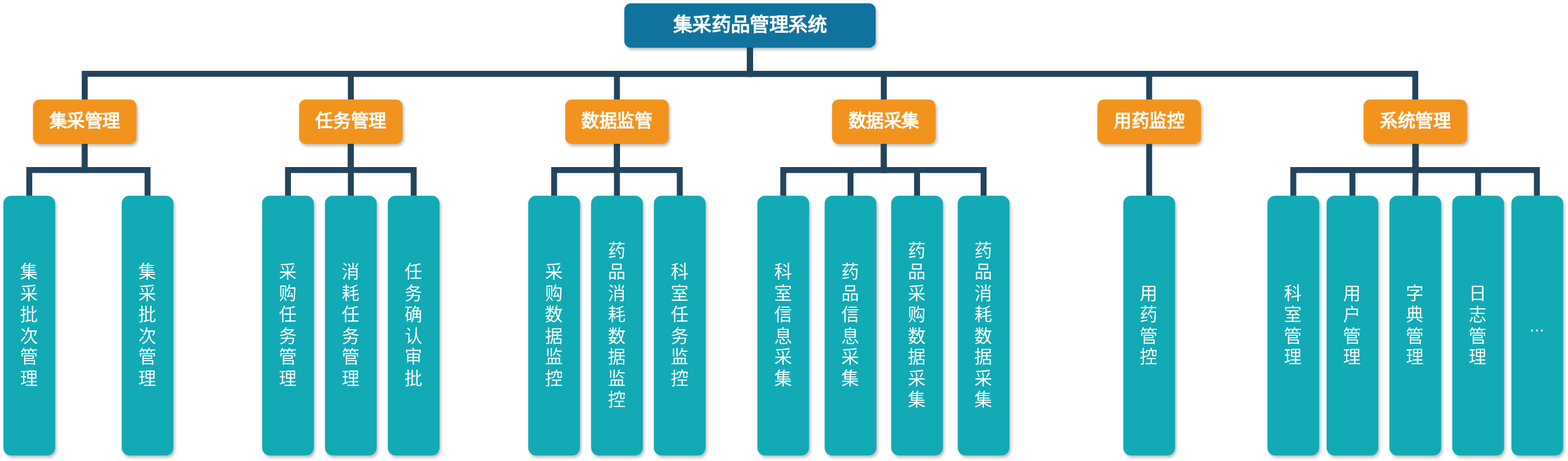
Above: 未命名绘图.drawio.svg in young2hao/test (draw.io), before the change. Source tidied: cells renumbered, new cells last; positions are measured from the earlier drawing's top-left corner, leaving out a move shared by most shapes.
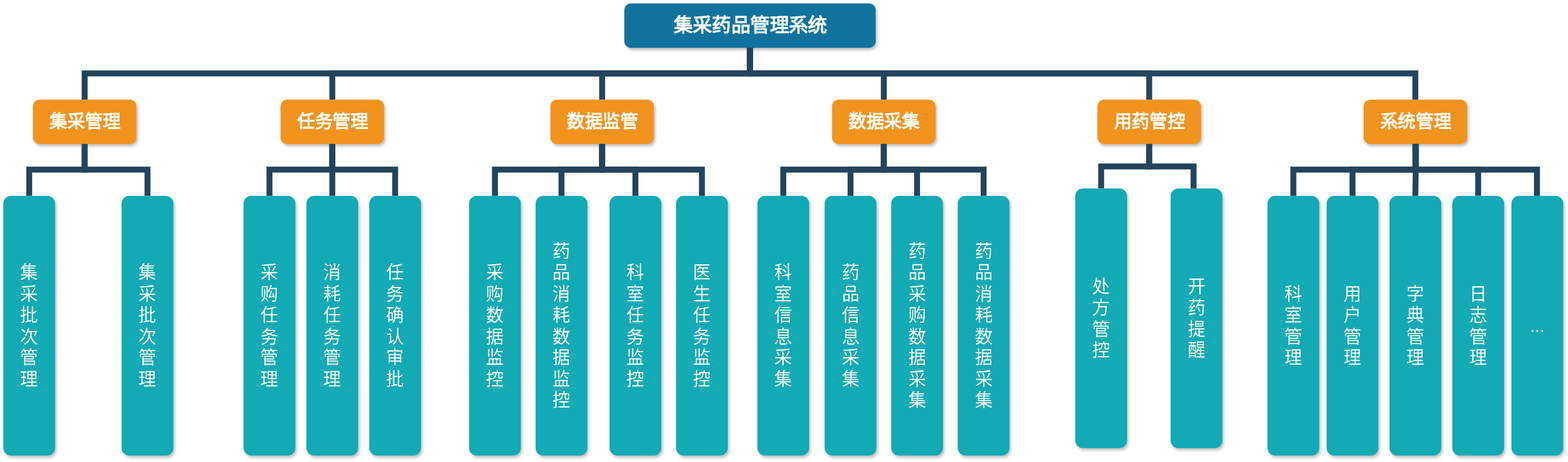
After the change.

Commit message:
更新未命名绘图.drawio.svg

What changed in the source:
```diff
@@ -9,18 +9,18 @@
       <mxGeometry x="40" y="130" width="140" height="60" as="geometry" />
     </mxCell>
     <mxCell id="4" value="任务管理" style="whiteSpace=wrap;rounded=1;fillColor=#F2931E;strokeColor=none;shadow=1;fontColor=#FFFFFF;fontStyle=1;fontSize=24;" parent="1" vertex="1">
-      <mxGeometry x="400" y="130" width="140" height="60" as="geometry" />
+      <mxGeometry x="375" y="130" width="140" height="60" as="geometry" />
     </mxCell>
     <mxCell id="5" value="系统管理" style="whiteSpace=wrap;rounded=1;fillColor=#F2931E;strokeColor=none;shadow=1;fontColor=#FFFFFF;fontStyle=1;fontSize=24;" parent="1" vertex="1">
       <mxGeometry x="1840" y="130" width="140" height="60" as="geometry" />
     </mxCell>
     <mxCell id="6" value="数据监管" style="whiteSpace=wrap;rounded=1;fillColor=#F2931E;strokeColor=none;shadow=1;fontColor=#FFFFFF;fontStyle=1;fontSize=24;" parent="1" vertex="1">
-      <mxGeometry x="760" y="130" width="140" height="60" as="geometry" />
+      <mxGeometry x="740" y="130" width="140" height="60" as="geometry" />
     </mxCell>
     <mxCell id="7" value="数据采集" style="whiteSpace=wrap;rounded=1;fillColor=#F2931E;strokeColor=none;shadow=1;fontColor=#FFFFFF;fontStyle=1;fontSize=24;" parent="1" vertex="1">
       <mxGeometry x="1121" y="130" width="140" height="60" as="geometry" />
     </mxCell>
-    <mxCell id="8" value="用药监控" style="whiteSpace=wrap;rounded=1;fillColor=#F2931E;strokeColor=none;shadow=1;fontColor=#FFFFFF;fontStyle=1;fontSize=24;" parent="1" vertex="1">
+    <mxCell id="8" value="用药管控" style="whiteSpace=wrap;rounded=1;fillColor=#F2931E;strokeColor=none;shadow=1;fontColor=#FFFFFF;fontStyle=1;fontSize=24;" parent="1" vertex="1">
       <mxGeometry x="1480" y="130" width="140" height="60" as="geometry" />
     </mxCell>
     <mxCell id="9" value="集&#10;采&#10;批&#10;次&#10;管&#10;理" style="whiteSpace=wrap;rounded=1;fillColor=#12AAB5;strokeColor=none;shadow=1;fontColor=#FFFFFF;fontSize=24;" parent="1" vertex="1">
@@ -54,27 +54,27 @@
       <mxGeometry x="160" y="260" width="70" height="351" as="geometry" />
     </mxCell>
     <mxCell id="19" value="采&#10;购&#10;任&#10;务&#10;管&#10;理" style="whiteSpace=wrap;rounded=1;fillColor=#12AAB5;strokeColor=none;shadow=1;fontColor=#FFFFFF;fontSize=24;" parent="1" vertex="1">
-      <mxGeometry x="350" y="260" width="70" height="351" as="geometry" />
+      <mxGeometry x="325" y="260" width="70" height="351" as="geometry" />
     </mxCell>
     <mxCell id="20" style="edgeStyle=elbowEdgeStyle;elbow=vertical;rounded=0;fontColor=#000000;endArrow=none;endFill=0;strokeWidth=8;strokeColor=#23445D;entryX=0.5;entryY=0;entryDx=0;entryDy=0;" parent="1" edge="1" target="19">
       <mxGeometry relative="1" as="geometry">
-        <mxPoint x="470" y="190" as="sourcePoint" />
+        <mxPoint x="445" y="190" as="sourcePoint" />
       </mxGeometry>
     </mxCell>
     <mxCell id="21" style="edgeStyle=elbowEdgeStyle;elbow=vertical;rounded=0;fontColor=#000000;endArrow=none;endFill=0;strokeWidth=8;strokeColor=#23445D;entryX=0.5;entryY=0;entryDx=0;entryDy=0;" parent="1" edge="1" target="22">
       <mxGeometry relative="1" as="geometry">
-        <mxPoint x="470" y="190" as="sourcePoint" />
+        <mxPoint x="445" y="190" as="sourcePoint" />
       </mxGeometry>
     </mxCell>
     <mxCell id="22" value="任&#10;务&#10;确&#10;认&#10;审&#10;批" style="whiteSpace=wrap;rounded=1;fillColor=#12AAB5;strokeColor=none;shadow=1;fontColor=#FFFFFF;fontSize=24;" parent="1" vertex="1">
-      <mxGeometry x="520" y="260" width="70" height="351" as="geometry" />
+      <mxGeometry x="495" y="260" width="70" height="351" as="geometry" />
     </mxCell>
     <mxCell id="23" value="消&#10;耗&#10;任&#10;务&#10;管&#10;理" style="whiteSpace=wrap;rounded=1;fillColor=#12AAB5;strokeColor=none;shadow=1;fontColor=#FFFFFF;fontSize=24;" parent="1" vertex="1">
-      <mxGeometry x="435" y="260" width="70" height="351" as="geometry" />
+      <mxGeometry x="410" y="260" width="70" height="351" as="geometry" />
     </mxCell>
     <mxCell id="24" style="edgeStyle=elbowEdgeStyle;elbow=vertical;rounded=0;fontColor=#000000;endArrow=none;endFill=0;strokeWidth=8;strokeColor=#23445D;entryX=0.5;entryY=0;entryDx=0;entryDy=0;" parent="1" edge="1" target="23">
       <mxGeometry relative="1" as="geometry">
-        <mxPoint x="470" y="190" as="sourcePoint" />
+        <mxPoint x="445" y="190" as="sourcePoint" />
       </mxGeometry>
     </mxCell>
     <mxCell id="25" value="药&#10;品&#10;信&#10;息&#10;采&#10;集" style="whiteSpace=wrap;rounded=1;fillColor=#12AAB5;strokeColor=none;shadow=1;fontColor=#FFFFFF;fontSize=24;" parent="1" vertex="1">
@@ -94,27 +94,27 @@
       <mxGeometry x="1291" y="260" width="70" height="351" as="geometry" />
     </mxCell>
     <mxCell id="29" value="采&#10;购&#10;数&#10;据&#10;监&#10;控" style="whiteSpace=wrap;rounded=1;fillColor=#12AAB5;strokeColor=none;shadow=1;fontColor=#FFFFFF;fontSize=24;" parent="1" vertex="1">
-      <mxGeometry x="710" y="260" width="70" height="351" as="geometry" />
+      <mxGeometry x="630" y="260" width="70" height="351" as="geometry" />
     </mxCell>
     <mxCell id="30" style="edgeStyle=elbowEdgeStyle;elbow=vertical;rounded=0;fontColor=#000000;endArrow=none;endFill=0;strokeWidth=8;strokeColor=#23445D;entryX=0.5;entryY=0;entryDx=0;entryDy=0;" parent="1" edge="1" target="29">
       <mxGeometry relative="1" as="geometry">
-        <mxPoint x="830" y="190" as="sourcePoint" />
+        <mxPoint x="810" y="190" as="sourcePoint" />
       </mxGeometry>
     </mxCell>
     <mxCell id="31" style="edgeStyle=elbowEdgeStyle;elbow=vertical;rounded=0;fontColor=#000000;endArrow=none;endFill=0;strokeWidth=8;strokeColor=#23445D;entryX=0.5;entryY=0;entryDx=0;entryDy=0;" parent="1" edge="1" target="32">
       <mxGeometry relative="1" as="geometry">
-        <mxPoint x="830" y="190" as="sourcePoint" />
+        <mxPoint x="810" y="190" as="sourcePoint" />
       </mxGeometry>
     </mxCell>
     <mxCell id="32" value="科&#10;室&#10;任&#10;务&#10;监&#10;控" style="whiteSpace=wrap;rounded=1;fillColor=#12AAB5;strokeColor=none;shadow=1;fontColor=#FFFFFF;fontSize=24;" parent="1" vertex="1">
-      <mxGeometry x="880" y="260" width="70" height="351" as="geometry" />
+      <mxGeometry x="820" y="260" width="70" height="351" as="geometry" />
     </mxCell>
     <mxCell id="33" value="药&#10;品&#10;消&#10;耗&#10;数&#10;据&#10;监&#10;控" style="whiteSpace=wrap;rounded=1;fillColor=#12AAB5;strokeColor=none;shadow=1;fontColor=#FFFFFF;fontSize=24;" parent="1" vertex="1">
-      <mxGeometry x="795" y="260" width="70" height="351" as="geometry" />
+      <mxGeometry x="720" y="260" width="70" height="351" as="geometry" />
     </mxCell>
     <mxCell id="34" style="edgeStyle=elbowEdgeStyle;elbow=vertical;rounded=0;fontColor=#000000;endArrow=none;endFill=0;strokeWidth=8;strokeColor=#23445D;entryX=0.5;entryY=0;entryDx=0;entryDy=0;" parent="1" edge="1" target="33">
       <mxGeometry relative="1" as="geometry">
-        <mxPoint x="830" y="190" as="sourcePoint" />
+        <mxPoint x="810" y="190" as="sourcePoint" />
       </mxGeometry>
     </mxCell>
     <mxCell id="35" value="药&#10;品&#10;采&#10;购&#10;数&#10;据&#10;采&#10;集" style="whiteSpace=wrap;rounded=1;fillColor=#12AAB5;strokeColor=none;shadow=1;fontColor=#FFFFFF;fontSize=24;" parent="1" vertex="1">
@@ -136,8 +136,8 @@
         <mxPoint x="1550" y="190" as="sourcePoint" />
       </mxGeometry>
     </mxCell>
-    <mxCell id="40" value="用&#10;药&#10;管&#10;控" style="whiteSpace=wrap;rounded=1;fillColor=#12AAB5;strokeColor=none;shadow=1;fontColor=#FFFFFF;fontSize=24;" parent="1" vertex="1">
-      <mxGeometry x="1515" y="260" width="70" height="351" as="geometry" />
+    <mxCell id="40" value="处&#10;方&#10;管&#10;控" style="whiteSpace=wrap;rounded=1;fillColor=#12AAB5;strokeColor=none;shadow=1;fontColor=#FFFFFF;fontSize=24;" parent="1" vertex="1">
+      <mxGeometry x="1450" y="250" width="70" height="351" as="geometry" />
     </mxCell>
     <mxCell id="41" value="用&#10;户&#10;管&#10;理" style="whiteSpace=wrap;rounded=1;fillColor=#12AAB5;strokeColor=none;shadow=1;fontColor=#FFFFFF;fontSize=24;" parent="1" vertex="1">
       <mxGeometry x="1790" y="260" width="70" height="351" as="geometry" />
@@ -180,5 +180,21 @@
         <mxPoint x="2074.5" y="260" as="targetPoint" />
       </mxGeometry>
     </mxCell>
+    <mxCell id="51" value="开&#10;药&#10;提&#10;醒" style="whiteSpace=wrap;rounded=1;fillColor=#12AAB5;strokeColor=none;shadow=1;fontColor=#FFFFFF;fontSize=24;" parent="1" vertex="1">
+      <mxGeometry x="1579" y="250" width="70" height="351" as="geometry" />
+    </mxCell>
+    <mxCell id="52" style="edgeStyle=elbowEdgeStyle;elbow=vertical;rounded=0;fontColor=#000000;endArrow=none;endFill=0;strokeWidth=8;strokeColor=#23445D;entryX=0.5;entryY=0;entryDx=0;entryDy=0;exitX=0.5;exitY=1;exitDx=0;exitDy=0;" parent="1" edge="1" source="8">
+      <mxGeometry relative="1" as="geometry">
+        <mxPoint x="1610" y="250" as="targetPoint" />
+      </mxGeometry>
+    </mxCell>
+    <mxCell id="53" value="医&#10;生&#10;任&#10;务&#10;监&#10;控" style="whiteSpace=wrap;rounded=1;fillColor=#12AAB5;strokeColor=none;shadow=1;fontColor=#FFFFFF;fontSize=24;" parent="1" vertex="1">
+      <mxGeometry x="910" y="260" width="70" height="351" as="geometry" />
+    </mxCell>
+    <mxCell id="54" style="edgeStyle=elbowEdgeStyle;elbow=vertical;rounded=0;fontColor=#000000;endArrow=none;endFill=0;strokeWidth=8;strokeColor=#23445D;entryX=0.5;entryY=0;entryDx=0;entryDy=0;exitX=0.5;exitY=1;exitDx=0;exitDy=0;" parent="1" edge="1" source="6">
+      <mxGeometry relative="1" as="geometry">
+        <mxPoint x="945" y="260" as="targetPoint" />
+      </mxGeometry>
+    </mxCell>
   </root>
 </mxGraphModel>
```
